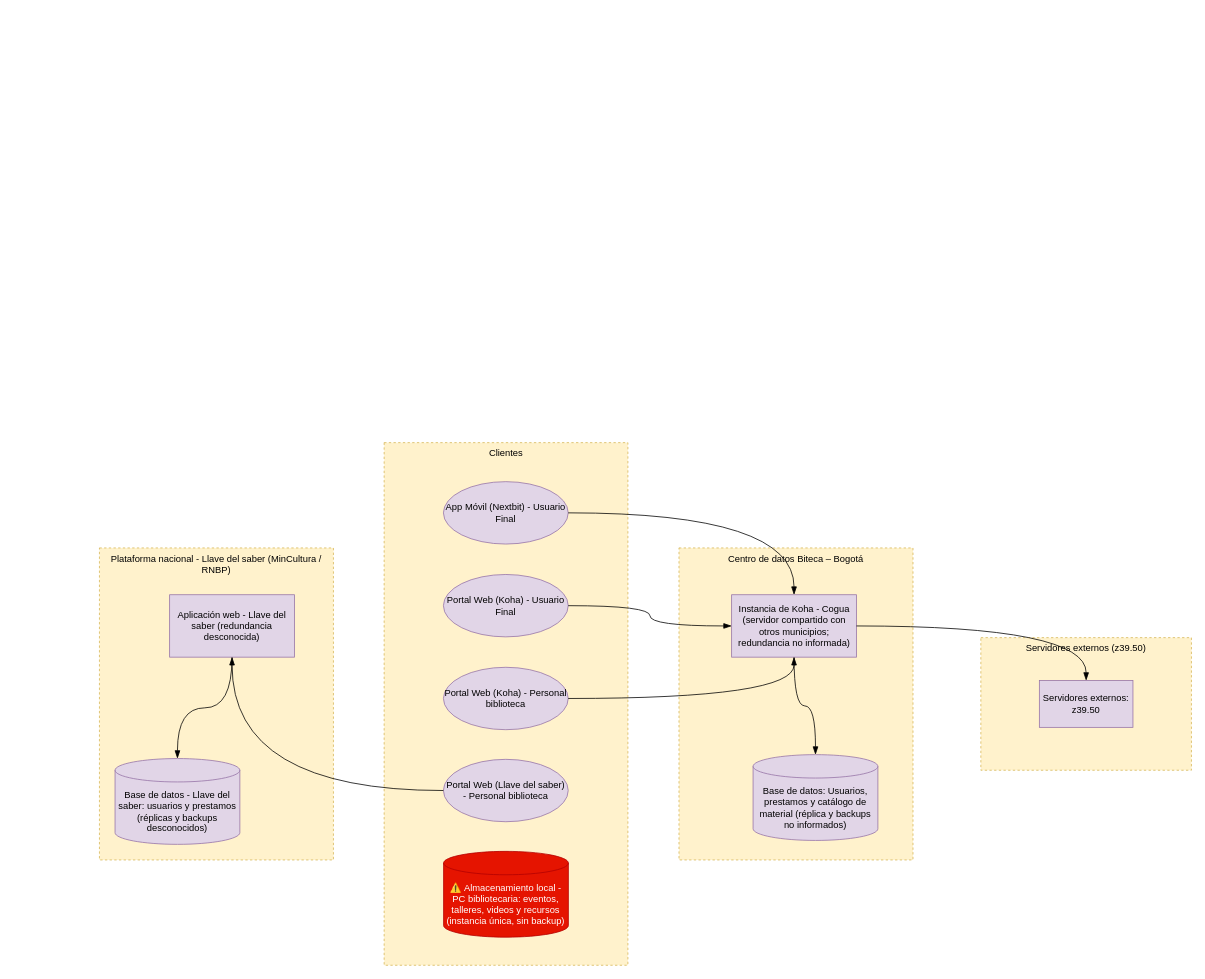
Before: 04-infraestructura/mapa-final.drawio in Jorgealis/PROYECTO-ARQUI-EMPRESARIAL, a draw.io diagram. Source tidied: cells renumbered, new cells numbered last; positions are measured from the earlier drawing's top-left corner, leaving out a move shared by most shapes. Both pictures are drawn from the tidied source at 78%, with x=0, y=0 at pixel (99, 442).
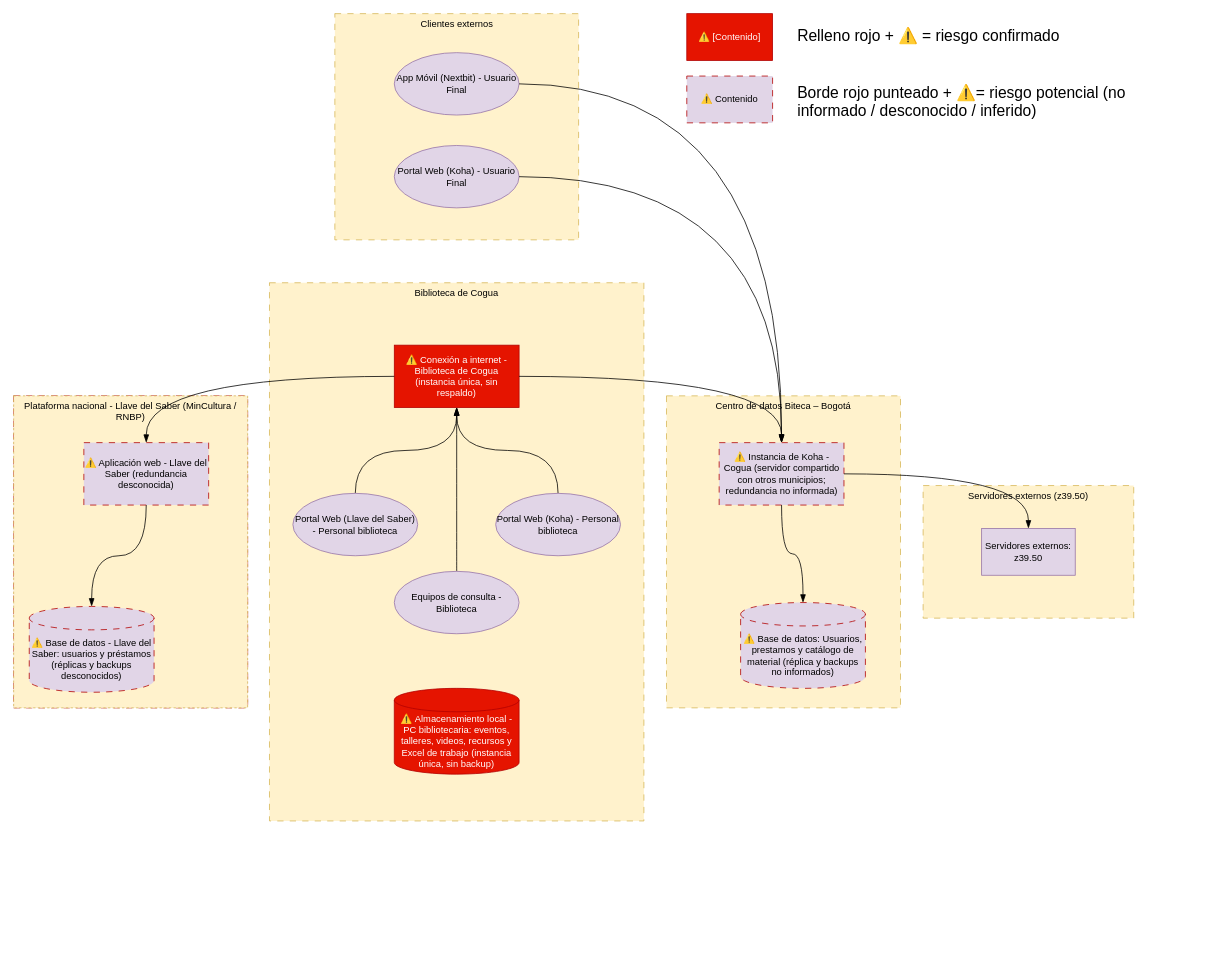
Above is the later version.

Change to the diagram source:
```diff
@@
-    <mxCell id="2" style="group;fontColor=default;" parent="1" vertex="1">
-      <mxGeometry x="365" width="312.5" height="670" as="geometry" />
-    </mxCell>
-    <mxCell id="3" value="Clientes" style="whiteSpace=wrap;html=1;verticalAlign=top;fillColor=#fff2cc;strokeColor=#d6b656;dashed=1;strokeWidth=1;" parent="2" vertex="1">
-      <mxGeometry width="312.5" height="670" as="geometry" />
-    </mxCell>
-    <mxCell id="4" value="Portal Web (Llave del saber) - Personal biblioteca" style="ellipse;whiteSpace=wrap;html=1;shapeInside=1;fillColor=#e1d5e7;strokeColor=#9673a6;" parent="2" vertex="1">
-      <mxGeometry x="76" y="406" width="160" height="80" as="geometry" />
-    </mxCell>
-    <mxCell id="5" value="App Móvil (Nextbit) - Usuario Final" style="ellipse;whiteSpace=wrap;html=1;shapeInside=1;fillColor=#e1d5e7;strokeColor=#9673a6;" parent="2" vertex="1">
-      <mxGeometry x="76" y="50" width="160" height="80" as="geometry" />
-    </mxCell>
-    <mxCell id="6" value="Portal Web (Koha) - Usuario Final" style="ellipse;whiteSpace=wrap;html=1;shapeInside=1;fillColor=#e1d5e7;strokeColor=#9673a6;" parent="2" vertex="1">
-      <mxGeometry x="76" y="169" width="160" height="80" as="geometry" />
-    </mxCell>
-    <mxCell id="7" value="Portal Web (Koha) - Personal biblioteca" style="ellipse;whiteSpace=wrap;html=1;shapeInside=1;fillColor=#e1d5e7;strokeColor=#9673a6;" parent="2" vertex="1">
-      <mxGeometry x="76" y="288" width="160" height="80" as="geometry" />
-    </mxCell>
-    <mxCell id="8" value="&lt;span style=&quot;color: rgb(255, 255, 255);&quot;&gt;&lt;span style=&quot;font-size: 12px;&quot;&gt;⚠️&lt;/span&gt;&lt;font&gt;&amp;nbsp;&lt;/font&gt;Almacenamiento local - PC bibliotecaria: eventos, talleres, videos y recursos (instancia única, sin backup)&lt;/span&gt;" style="shape=cylinder3;whiteSpace=wrap;html=1;boundedLbl=1;backgroundOutline=1;size=15;fillColor=#e51400;strokeColor=#B20000;labelBackgroundColor=none;fontColor=#ffffff;" parent="2" vertex="1">
-      <mxGeometry x="76.2" y="524" width="160" height="110" as="geometry" />
-    </mxCell>
+    <mxCell id="27" style="group;" parent="1" vertex="1">
+      <mxGeometry x="-110" y="-60" width="300" height="400" as="geometry" />
+    </mxCell>
-    <mxCell id="9" style="group;" parent="1" vertex="1">
-      <mxGeometry y="135" width="300" height="400" as="geometry" />
+    <mxCell id="9" style="group;dashed=1;dashPattern=8 8;strokeColor=#B20000;align=center;verticalAlign=middle;fontFamily=Helvetica;fontSize=12;fontColor=default;fillColor=#e1d5e7;" parent="27" vertex="1">
+      <mxGeometry width="300" height="400" as="geometry" />
     </mxCell>
-    <mxCell id="10" value="Plataforma nacional - Llave del saber (MinCultura / RNBP)" style="whiteSpace=wrap;html=1;strokeColor=#d6b656;align=center;verticalAlign=top;fontFamily=Helvetica;fontSize=12;fontColor=default;fillColor=#fff2cc;dashed=1;strokeWidth=1;" parent="9" vertex="1">
+    <mxCell id="10" value="Plataforma nacional - Llave del Saber (MinCultura / RNBP)" style="whiteSpace=wrap;html=1;strokeColor=#d6b656;align=center;verticalAlign=top;fontFamily=Helvetica;fontSize=12;fontColor=default;fillColor=#fff2cc;dashed=1;strokeWidth=1;" parent="27" vertex="1">
       <mxGeometry width="300" height="400" as="geometry" />
     </mxCell>
-    <mxCell id="11" value="Aplicación web - Llave del saber (redundancia desconocida)" style="whiteSpace=wrap;html=1;fillColor=#e1d5e7;strokeColor=#9673a6;" parent="9" vertex="1">
+    <mxCell id="11" value="⚠️ Aplicación web - Llave del Saber (redundancia desconocida)" style="whiteSpace=wrap;html=1;fillColor=#e1d5e7;strokeColor=#B20000;dashed=1;align=center;verticalAlign=middle;fontFamily=Helvetica;fontSize=12;fontColor=default;dashPattern=8 8;" parent="27" vertex="1">
       <mxGeometry x="90" y="60" width="160" height="80" as="geometry" />
     </mxCell>
-    <mxCell id="12" value="Base de datos - Llave del saber: usuarios y prestamos (réplicas y backups desconocidos)" style="shape=cylinder3;whiteSpace=wrap;html=1;boundedLbl=1;backgroundOutline=1;size=15;fillColor=#e1d5e7;strokeColor=#9673a6;" parent="9" vertex="1">
+    <mxCell id="12" value="⚠️ Base de datos - Llave del Saber: usuarios y préstamos (réplicas y backups desconocidos)" style="shape=cylinder3;whiteSpace=wrap;html=1;boundedLbl=1;backgroundOutline=1;size=15;fillColor=#e1d5e7;strokeColor=#B20000;dashed=1;align=center;verticalAlign=middle;fontFamily=Helvetica;fontSize=12;fontColor=default;dashPattern=8 8;" parent="27" vertex="1">
       <mxGeometry x="20" y="270" width="160" height="110" as="geometry" />
     </mxCell>
-    <mxCell id="13" style="shape=connector;rounded=0;jettySize=auto;html=1;strokeColor=default;align=center;verticalAlign=middle;fontFamily=Helvetica;fontSize=11;fontColor=default;labelBackgroundColor=none;startSize=8;endArrow=blockThin;endFill=1;endSize=8;edgeStyle=orthogonalEdgeStyle;curved=1;" parent="9" edge="1" source="11" target="12">
+    <mxCell id="13" style="shape=connector;rounded=0;jettySize=auto;html=1;strokeColor=default;align=center;verticalAlign=middle;fontFamily=Helvetica;fontSize=11;fontColor=default;labelBackgroundColor=none;startSize=8;endArrow=blockThin;endFill=1;endSize=8;edgeStyle=orthogonalEdgeStyle;curved=1;" parent="27" edge="1" source="11" target="12">
       <mxGeometry relative="1" as="geometry" />
     </mxCell>
-    <mxCell id="14" style="group;" parent="1" vertex="1">
-      <mxGeometry x="743" y="135" width="300" height="400" as="geometry" />
-    </mxCell>
+    <mxCell id="28" style="group;" parent="1" vertex="1">
+      <mxGeometry x="301.8" y="-550" width="312.5" height="290" as="geometry" />
+    </mxCell>
+    <mxCell id="3" value="Clientes externos" style="whiteSpace=wrap;html=1;verticalAlign=top;fillColor=#fff2cc;strokeColor=#d6b656;dashed=1;strokeWidth=1;dashPattern=8 8;" parent="28" vertex="1">
+      <mxGeometry width="312.5" height="290" as="geometry" />
+    </mxCell>
+    <mxCell id="5" value="App Móvil (Nextbit) - Usuario Final" style="ellipse;whiteSpace=wrap;html=1;shapeInside=1;fillColor=#e1d5e7;strokeColor=#9673a6;" parent="28" vertex="1">
+      <mxGeometry x="76.2" y="50" width="160" height="80" as="geometry" />
+    </mxCell>
+    <mxCell id="6" value="Portal Web (Koha) - Usuario Final" style="ellipse;whiteSpace=wrap;html=1;shapeInside=1;fillColor=#e1d5e7;strokeColor=#9673a6;" parent="28" vertex="1">
+      <mxGeometry x="76.2" y="169" width="160" height="80" as="geometry" />
+    </mxCell>
+    <mxCell id="29" style="group;" parent="1" vertex="1">
+      <mxGeometry x="1056" y="55" width="270" height="170" as="geometry" />
+    </mxCell>
+    <mxCell id="20" value="Servidores externos (z39.50)" style="whiteSpace=wrap;html=1;strokeColor=#d6b656;align=center;verticalAlign=top;fontFamily=Helvetica;fontSize=12;fontColor=default;fillColor=#fff2cc;dashed=1;strokeWidth=1;dashPattern=8 8;" parent="29" vertex="1">
+      <mxGeometry width="270" height="170" as="geometry" />
+    </mxCell>
+    <mxCell id="21" value="Servidores externos: z39.50" style="whiteSpace=wrap;html=1;fillColor=#e1d5e7;strokeColor=#9673a6;" parent="29" vertex="1">
+      <mxGeometry x="75" y="55" width="120" height="60" as="geometry" />
+    </mxCell>
+    <mxCell id="30" style="group;" parent="1" vertex="1">
+      <mxGeometry x="727" y="-60" width="300" height="400" as="geometry" />
+    </mxCell>
-    <mxCell id="15" value="Centro de datos Biteca – Bogotá" style="whiteSpace=wrap;html=1;strokeColor=#d6b656;align=center;verticalAlign=top;fontFamily=Helvetica;fontSize=12;fontColor=default;fillColor=#fff2cc;dashed=1;strokeWidth=1;" parent="14" vertex="1">
+    <mxCell id="15" value="Centro de datos Biteca – Bogotá" style="whiteSpace=wrap;html=1;strokeColor=#d6b656;align=center;verticalAlign=top;fontFamily=Helvetica;fontSize=12;fontColor=default;fillColor=#fff2cc;dashed=1;strokeWidth=1;dashPattern=8 8;" parent="30" vertex="1">
       <mxGeometry width="300" height="400" as="geometry" />
     </mxCell>
-    <mxCell id="16" value="Instancia de Koha - Cogua (servidor compartido con otros municipios; redundancia no informada)" style="whiteSpace=wrap;html=1;fillColor=#e1d5e7;strokeColor=#9673a6;" parent="14" vertex="1">
+    <mxCell id="16" value="⚠️ Instancia de Koha - Cogua (servidor compartido con otros municipios; redundancia no informada)" style="whiteSpace=wrap;html=1;fillColor=#e1d5e7;strokeColor=#B20000;align=center;verticalAlign=middle;fontFamily=Helvetica;fontSize=12;fontColor=default;dashed=1;dashPattern=8 8;" parent="30" vertex="1">
       <mxGeometry x="67.5" y="60" width="160" height="80" as="geometry" />
     </mxCell>
-    <mxCell id="17" value="Base de datos: Usuarios, prestamos y catálogo de material (réplica y backups no informados)" style="shape=cylinder3;whiteSpace=wrap;html=1;boundedLbl=1;backgroundOutline=1;size=15;fillColor=#e1d5e7;strokeColor=#9673a6;" parent="14" vertex="1">
+    <mxCell id="17" value="⚠️ Base de datos: Usuarios, prestamos y catálogo de material (réplica y backups no informados)" style="shape=cylinder3;whiteSpace=wrap;html=1;boundedLbl=1;backgroundOutline=1;size=15;fillColor=#e1d5e7;strokeColor=#B20000;dashed=1;align=center;verticalAlign=middle;fontFamily=Helvetica;fontSize=12;fontColor=default;dashPattern=8 8;" parent="30" vertex="1">
       <mxGeometry x="95" y="265" width="160" height="110" as="geometry" />
     </mxCell>
-    <mxCell id="18" style="shape=connector;rounded=0;jettySize=auto;html=1;strokeColor=default;align=center;verticalAlign=middle;fontFamily=Helvetica;fontSize=11;fontColor=default;labelBackgroundColor=none;startSize=8;endArrow=blockThin;endFill=1;endSize=8;edgeStyle=orthogonalEdgeStyle;curved=1;" parent="14" edge="1" source="16" target="17">
+    <mxCell id="18" style="shape=connector;rounded=0;jettySize=auto;html=1;strokeColor=default;align=center;verticalAlign=middle;fontFamily=Helvetica;fontSize=11;fontColor=default;labelBackgroundColor=none;startSize=8;endArrow=blockThin;endFill=1;endSize=8;edgeStyle=orthogonalEdgeStyle;curved=1;" parent="30" edge="1" source="16" target="17">
       <mxGeometry relative="1" as="geometry" />
     </mxCell>
-    <mxCell id="19" style="group;" parent="1" vertex="1">
-      <mxGeometry x="1130" y="250" width="270" height="170" as="geometry" />
-    </mxCell>
-    <mxCell id="20" value="Servidores externos (z39.50)" style="whiteSpace=wrap;html=1;strokeColor=#d6b656;align=center;verticalAlign=top;fontFamily=Helvetica;fontSize=12;fontColor=default;fillColor=#fff2cc;dashed=1;strokeWidth=1;" parent="19" vertex="1">
-      <mxGeometry width="270" height="170" as="geometry" />
-    </mxCell>
-    <mxCell id="21" value="Servidores externos: z39.50" style="whiteSpace=wrap;html=1;fillColor=#e1d5e7;strokeColor=#9673a6;" parent="19" vertex="1">
-      <mxGeometry x="75" y="55" width="120" height="60" as="geometry" />
-    </mxCell>
+    <mxCell id="31" style="group;" parent="1" vertex="1">
+      <mxGeometry x="218" y="-205" width="480" height="690" as="geometry" />
+    </mxCell>
+    <mxCell id="32" value="Biblioteca de Cogua" style="whiteSpace=wrap;html=1;strokeColor=#d6b656;align=center;verticalAlign=top;fontFamily=Helvetica;fontSize=12;fontColor=default;fillColor=#fff2cc;dashed=1;strokeWidth=1;dashPattern=8 8;" parent="31" vertex="1">
+      <mxGeometry width="480" height="690" as="geometry" />
+    </mxCell>
+    <mxCell id="33" style="edgeStyle=orthogonalEdgeStyle;shape=connector;curved=1;rounded=0;jettySize=auto;html=1;strokeColor=default;align=center;verticalAlign=middle;fontFamily=Helvetica;fontSize=11;fontColor=default;labelBackgroundColor=none;startSize=8;endArrow=blockThin;endFill=1;endSize=8;" parent="31" edge="1" source="4" target="37">
+      <mxGeometry relative="1" as="geometry" />
+    </mxCell>
+    <mxCell id="4" value="Portal Web (Llave del Saber) - Personal biblioteca" style="ellipse;whiteSpace=wrap;html=1;shapeInside=1;fillColor=#e1d5e7;strokeColor=#9673a6;" parent="31" vertex="1">
+      <mxGeometry x="30" y="270" width="160" height="80" as="geometry" />
+    </mxCell>
+    <mxCell id="34" style="edgeStyle=orthogonalEdgeStyle;shape=connector;curved=1;rounded=0;jettySize=auto;html=1;strokeColor=default;align=center;verticalAlign=middle;fontFamily=Helvetica;fontSize=11;fontColor=default;labelBackgroundColor=none;startSize=8;endArrow=blockThin;endFill=1;endSize=8;" parent="31" edge="1" source="7" target="37">
+      <mxGeometry relative="1" as="geometry" />
+    </mxCell>
+    <mxCell id="7" value="Portal Web (Koha) - Personal biblioteca" style="ellipse;whiteSpace=wrap;html=1;shapeInside=1;fillColor=#e1d5e7;strokeColor=#9673a6;" parent="31" vertex="1">
+      <mxGeometry x="290" y="270" width="160" height="80" as="geometry" />
+    </mxCell>
+    <mxCell id="8" value="&lt;span style=&quot;color: rgb(255, 255, 255);&quot;&gt;&lt;span style=&quot;font-size: 12px;&quot;&gt;⚠️&lt;/span&gt;&lt;font&gt;&amp;nbsp;&lt;/font&gt;Almacenamiento local - PC bibliotecaria: eventos, talleres, videos, recursos y Excel de trabajo (instancia única, sin backup)&lt;/span&gt;" style="shape=cylinder3;whiteSpace=wrap;html=1;boundedLbl=1;backgroundOutline=1;size=15;fillColor=#e51400;strokeColor=#B20000;labelBackgroundColor=none;fontColor=#ffffff;" parent="31" vertex="1">
+      <mxGeometry x="160" y="520" width="160" height="110" as="geometry" />
+    </mxCell>
+    <mxCell id="35" style="edgeStyle=orthogonalEdgeStyle;shape=connector;curved=1;rounded=0;jettySize=auto;html=1;strokeColor=default;align=center;verticalAlign=middle;fontFamily=Helvetica;fontSize=11;fontColor=default;labelBackgroundColor=none;startSize=8;endArrow=blockThin;endFill=1;endSize=8;" parent="31" edge="1" source="36" target="37">
+      <mxGeometry relative="1" as="geometry" />
+    </mxCell>
+    <mxCell id="36" value="Equipos de consulta - Biblioteca" style="ellipse;whiteSpace=wrap;html=1;shapeInside=1;fillColor=#e1d5e7;strokeColor=#9673a6;" parent="31" vertex="1">
+      <mxGeometry x="160" y="370" width="160" height="80" as="geometry" />
+    </mxCell>
+    <mxCell id="37" value="⚠️ Conexión a internet - Biblioteca de Cogua (instancia única, sin respaldo)" style="whiteSpace=wrap;html=1;fillColor=#e51400;strokeColor=#B20000;align=center;verticalAlign=middle;fontFamily=Helvetica;fontSize=12;fontColor=#ffffff;labelBackgroundColor=none;" parent="31" vertex="1">
+      <mxGeometry x="160" y="80" width="160" height="80" as="geometry" />
+    </mxCell>
@@
-    <mxCell id="24" style="shape=connector;rounded=0;jettySize=auto;html=1;strokeColor=default;align=center;verticalAlign=middle;fontFamily=Helvetica;fontSize=11;fontColor=default;labelBackgroundColor=none;startSize=8;endArrow=blockThin;endFill=1;endSize=8;edgeStyle=orthogonalEdgeStyle;curved=1;" parent="1" edge="1" source="7" target="16">
-      <mxGeometry relative="1" as="geometry" />
-    </mxCell>
@@
-    <mxCell id="26" style="edgeStyle=orthogonalEdgeStyle;shape=connector;curved=1;rounded=0;jettySize=auto;html=1;strokeColor=default;align=center;verticalAlign=middle;fontFamily=Helvetica;fontSize=11;fontColor=default;labelBackgroundColor=none;startSize=8;endArrow=blockThin;endFill=1;endSize=8;" parent="1" edge="1" source="4" target="11">
-      <mxGeometry relative="1" as="geometry" />
-    </mxCell>
+    <mxCell id="38" style="edgeStyle=orthogonalEdgeStyle;shape=connector;curved=1;rounded=0;jettySize=auto;html=1;strokeColor=default;align=center;verticalAlign=middle;fontFamily=Helvetica;fontSize=11;fontColor=default;labelBackgroundColor=none;startSize=8;endArrow=blockThin;endFill=1;endSize=8;" parent="1" edge="1" source="37" target="16">
+      <mxGeometry relative="1" as="geometry" />
+    </mxCell>
+    <mxCell id="39" style="edgeStyle=orthogonalEdgeStyle;shape=connector;curved=1;rounded=0;jettySize=auto;html=1;strokeColor=default;align=center;verticalAlign=middle;fontFamily=Helvetica;fontSize=11;fontColor=default;labelBackgroundColor=none;startSize=8;endArrow=blockThin;endFill=1;endSize=8;" parent="1" edge="1" source="37" target="11">
+      <mxGeometry relative="1" as="geometry" />
+    </mxCell>
+    <mxCell id="40" value="&lt;div&gt;&lt;span style=&quot;background-color: transparent; color: light-dark(rgb(0, 0, 0), rgb(255, 255, 255));&quot;&gt;Relleno rojo +&amp;nbsp;&lt;/span&gt;&lt;span style=&quot;color: rgb(255, 255, 255); text-align: center; background-color: transparent;&quot;&gt;&lt;font&gt;⚠️&lt;/font&gt;&lt;/span&gt;&lt;span style=&quot;color: rgb(255, 255, 255); text-align: center; background-color: transparent;&quot;&gt;&amp;nbsp;&lt;/span&gt;&lt;span style=&quot;background-color: transparent; color: light-dark(rgb(0, 0, 0), rgb(255, 255, 255));&quot;&gt;= riesgo confirmado&lt;/span&gt;&lt;/div&gt;&lt;div&gt;&lt;span style=&quot;background-color: transparent; color: light-dark(rgb(0, 0, 0), rgb(255, 255, 255));&quot;&gt;&lt;br&gt;&lt;/span&gt;&lt;/div&gt;&lt;div&gt;&lt;span style=&quot;background-color: transparent; color: light-dark(rgb(0, 0, 0), rgb(255, 255, 255));&quot;&gt;&lt;br&gt;&lt;/span&gt;&lt;/div&gt;&lt;div&gt;&lt;span style=&quot;background-color: transparent; color: light-dark(rgb(0, 0, 0), rgb(255, 255, 255));&quot;&gt;Borde rojo punteado +&amp;nbsp;&lt;/span&gt;&lt;span style=&quot;color: rgb(255, 255, 255); text-align: center; background-color: transparent;&quot;&gt;⚠️&lt;/span&gt;&lt;span style=&quot;background-color: transparent; color: light-dark(rgb(0, 0, 0), rgb(255, 255, 255));&quot;&gt;= riesgo potencial (no informado / desconocido / inferido)&lt;/span&gt;&lt;/div&gt;" style="text;html=1;whiteSpace=wrap;strokeColor=none;fillColor=none;align=left;verticalAlign=top;rounded=0;fontSize=20;" parent="1" vertex="1">
+      <mxGeometry x="893" y="-540" width="433" height="110" as="geometry" />
+    </mxCell>
+    <mxCell id="41" value="⚠️ Contenido" style="whiteSpace=wrap;html=1;fillColor=#e1d5e7;strokeColor=#B20000;align=center;verticalAlign=middle;fontFamily=Helvetica;fontSize=12;fontColor=default;dashed=1;dashPattern=8 8;" parent="1" vertex="1">
+      <mxGeometry x="753" y="-470" width="110" height="60" as="geometry" />
+    </mxCell>
+    <mxCell id="42" value="⚠️ [Contenido]" style="whiteSpace=wrap;html=1;fillColor=#e51400;strokeColor=#B20000;align=center;verticalAlign=middle;fontFamily=Helvetica;fontSize=12;fontColor=#ffffff;labelBackgroundColor=none;" parent="1" vertex="1">
+      <mxGeometry x="753" y="-550" width="110" height="60" as="geometry" />
+    </mxCell>
```
